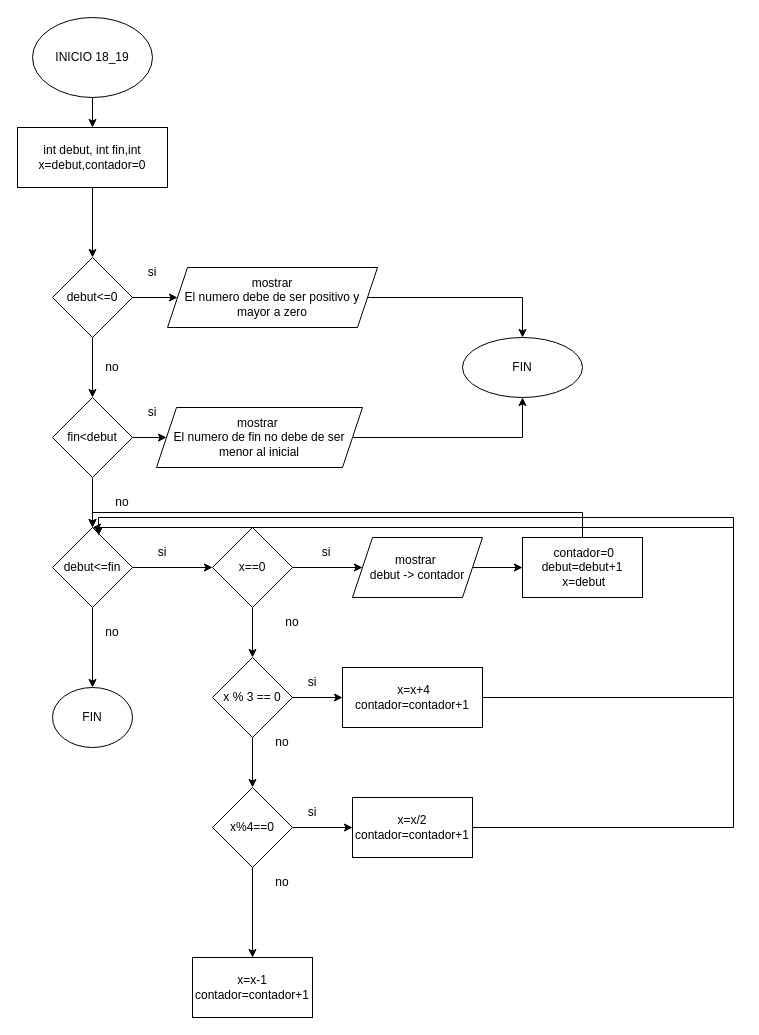
The draw.io diagram practico 2/ej18_19.drawio in josue-balbontin/diagrama-de-flujo, before the edit. Source tidied: cells renumbered, new cells numbered last; positions are measured from the earlier drawing's top-left corner, leaving out a move shared by most shapes. Both pictures are drawn from the tidied source at 100%, with x=0, y=0 at pixel (17, 17).
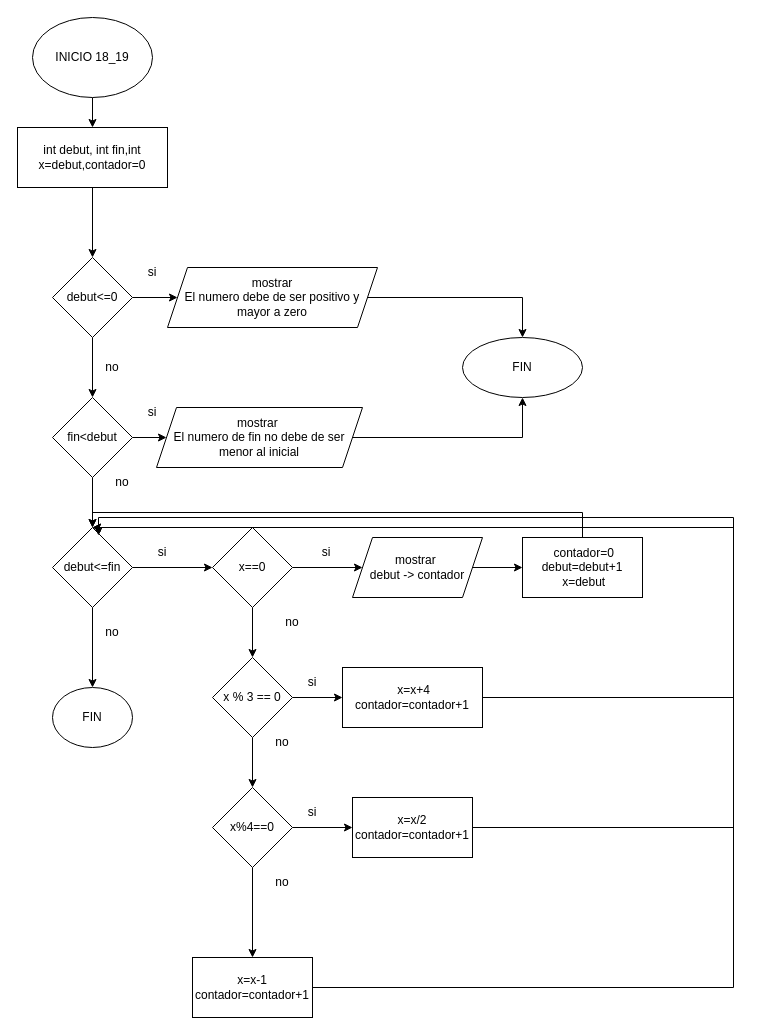
The same diagram, later.

The change refers to these unchanged cells:
```xml
<mxCell id="23" value="debut&amp;lt;=fin" style="rhombus;whiteSpace=wrap;html=1;" parent="1" vertex="1">
  <mxGeometry x="35" y="510" width="80" height="80" as="geometry" />
</mxCell>
<mxCell id="43" value="x=x-1&lt;div&gt;contador=contador+1&lt;br&gt;&lt;/div&gt;" style="whiteSpace=wrap;html=1;" parent="1" vertex="1">
  <mxGeometry x="175" y="940" width="120" height="60" as="geometry" />
</mxCell>
```

Change to the diagram source:
```diff
@@
     <mxCell id="20" value="no" style="text;html=1;align=center;verticalAlign=middle;whiteSpace=wrap;rounded=0;" parent="1" vertex="1">
-      <mxGeometry x="75" y="470" width="60" height="30" as="geometry" />
+      <mxGeometry x="75" y="450" width="60" height="30" as="geometry" />
     </mxCell>
@@
+    <mxCell id="51" style="edgeStyle=orthogonalEdgeStyle;rounded=0;jettySize=auto;html=1;entryX=0.5;entryY=0;entryDx=0;entryDy=0;" parent="1" edge="1" source="43" target="23">
+      <mxGeometry relative="1" as="geometry">
+        <Array as="points">
+          <mxPoint x="716" y="970" />
+          <mxPoint x="716" y="510" />
+        </Array>
+      </mxGeometry>
+    </mxCell>
```
